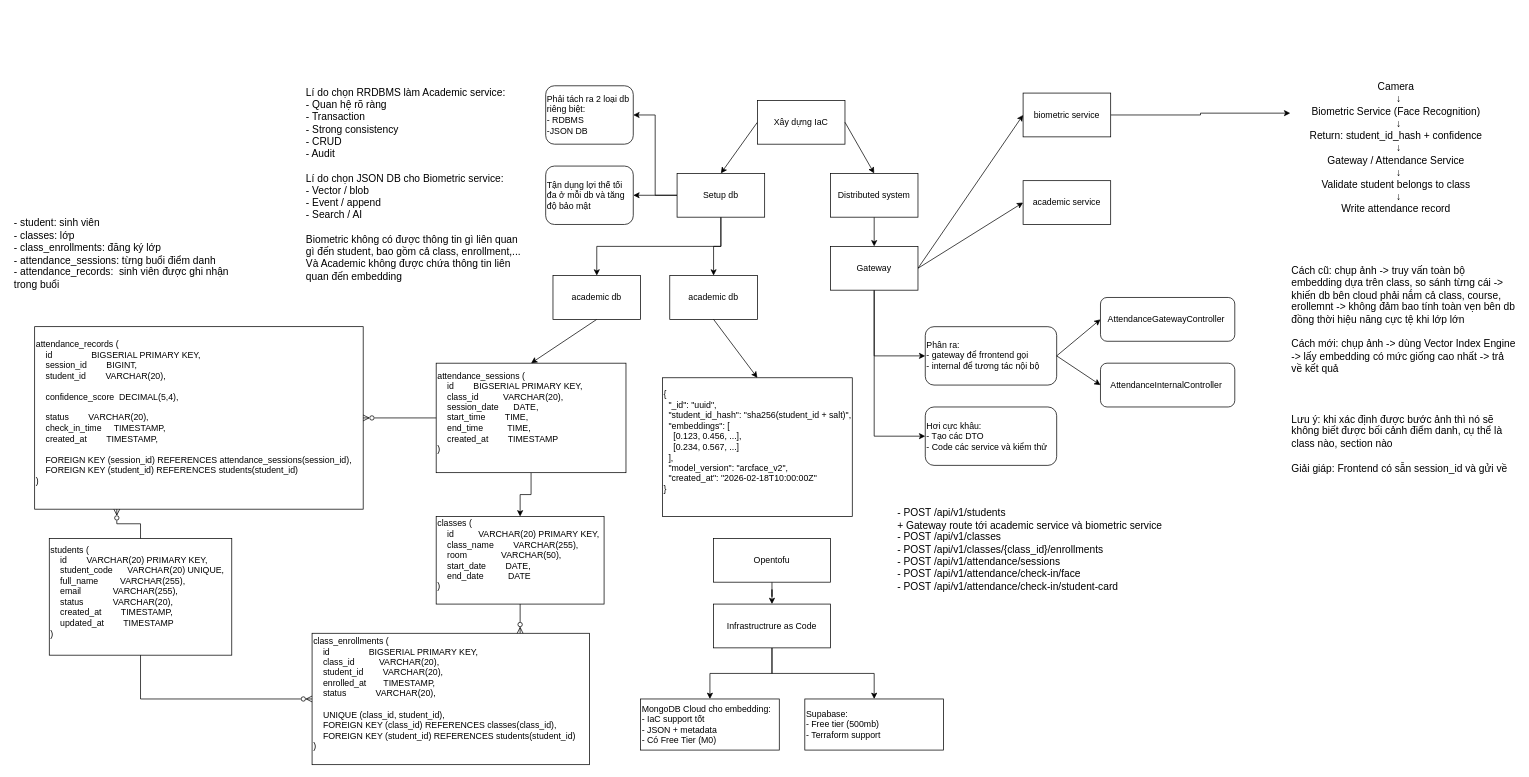
This is systemDeisgn.drawio from khoanguyen191006/diemdanhsv-Final, a draw.io file, before an edit. Source tidied: cells renumbered, new cells numbered last; positions are measured from the earlier drawing's top-left corner, leaving out a move shared by most shapes. Both pictures are drawn from the tidied source at 73%, with x=0, y=0 at pixel (12, 78).
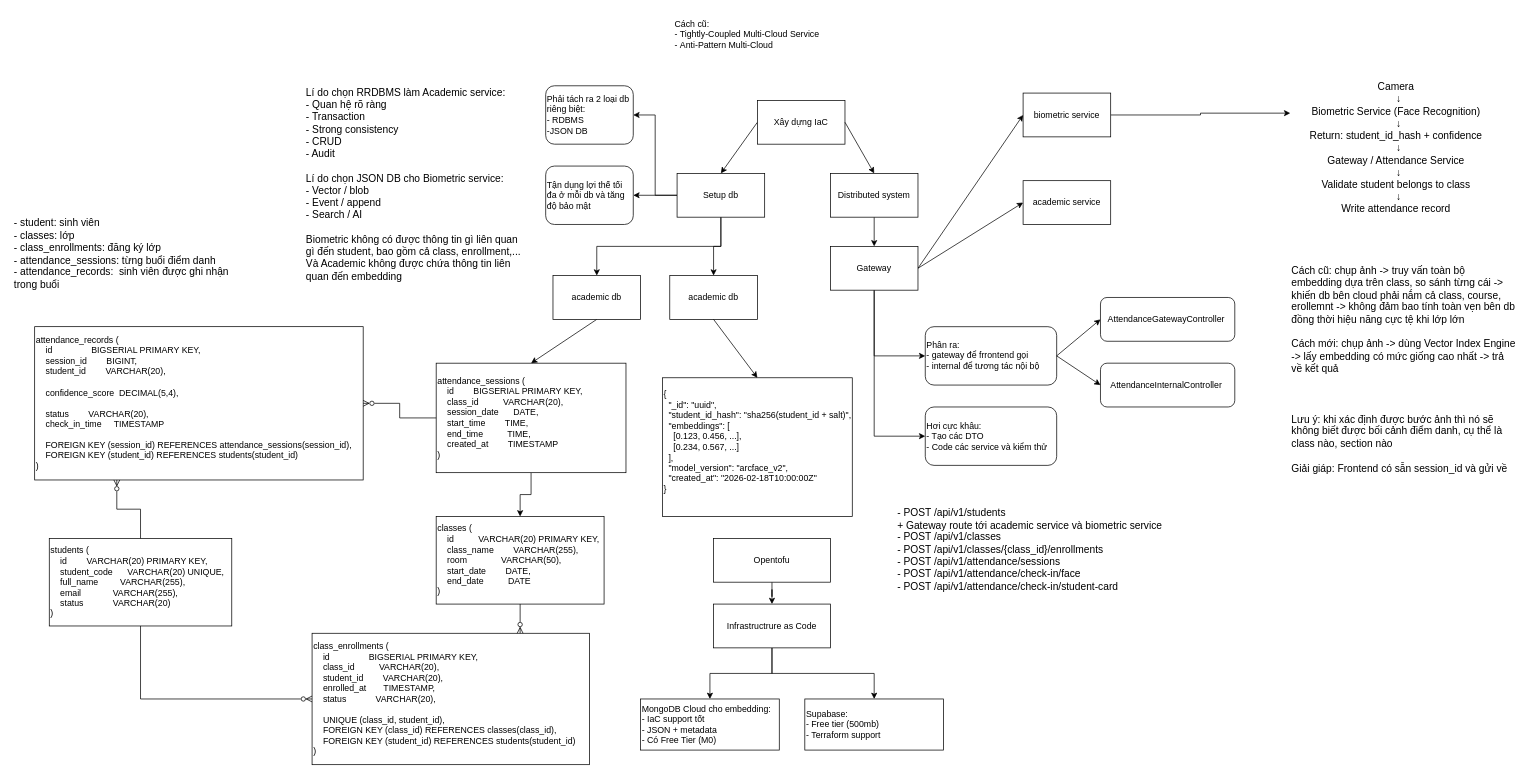
The same diagram, later.

Diff of the diagram source:
```diff
@@
-    <mxCell id="22" value="&lt;div&gt;students (&lt;/div&gt;&lt;div&gt;&amp;nbsp; &amp;nbsp; id&amp;nbsp; &amp;nbsp; &amp;nbsp; &amp;nbsp; VARCHAR(20) PRIMARY KEY,&lt;/div&gt;&lt;div&gt;&amp;nbsp; &amp;nbsp; student_code&amp;nbsp; &amp;nbsp; &amp;nbsp; VARCHAR(20) UNIQUE,&lt;/div&gt;&lt;div&gt;&amp;nbsp; &amp;nbsp; full_name&amp;nbsp; &amp;nbsp; &amp;nbsp; &amp;nbsp; &amp;nbsp;VARCHAR(255),&lt;/div&gt;&lt;div&gt;&amp;nbsp; &amp;nbsp; email&amp;nbsp; &amp;nbsp; &amp;nbsp; &amp;nbsp; &amp;nbsp; &amp;nbsp; &amp;nbsp;VARCHAR(255),&lt;/div&gt;&lt;div&gt;&amp;nbsp; &amp;nbsp; status&amp;nbsp; &amp;nbsp; &amp;nbsp; &amp;nbsp; &amp;nbsp; &amp;nbsp; VARCHAR(20),&lt;/div&gt;&lt;div&gt;&amp;nbsp; &amp;nbsp; created_at&amp;nbsp; &amp;nbsp; &amp;nbsp; &amp;nbsp; TIMESTAMP,&lt;/div&gt;&lt;div&gt;&amp;nbsp; &amp;nbsp; updated_at&amp;nbsp; &amp;nbsp; &amp;nbsp; &amp;nbsp; TIMESTAMP&lt;/div&gt;&lt;div&gt;)&lt;/div&gt;&lt;div&gt;&lt;br&gt;&lt;/div&gt;" style="rounded=0;whiteSpace=wrap;html=1;align=left;" parent="1" vertex="1">
-      <mxGeometry x="50" y="630" width="250" height="160" as="geometry" />
+    <mxCell id="22" value="&lt;div&gt;students (&lt;/div&gt;&lt;div&gt;&amp;nbsp; &amp;nbsp; id&amp;nbsp; &amp;nbsp; &amp;nbsp; &amp;nbsp; VARCHAR(20) PRIMARY KEY,&lt;/div&gt;&lt;div&gt;&amp;nbsp; &amp;nbsp; student_code&amp;nbsp; &amp;nbsp; &amp;nbsp; VARCHAR(20) UNIQUE,&lt;/div&gt;&lt;div&gt;&amp;nbsp; &amp;nbsp; full_name&amp;nbsp; &amp;nbsp; &amp;nbsp; &amp;nbsp; &amp;nbsp;VARCHAR(255),&lt;/div&gt;&lt;div&gt;&amp;nbsp; &amp;nbsp; email&amp;nbsp; &amp;nbsp; &amp;nbsp; &amp;nbsp; &amp;nbsp; &amp;nbsp; &amp;nbsp;VARCHAR(255),&lt;/div&gt;&lt;div&gt;&amp;nbsp; &amp;nbsp; status&amp;nbsp; &amp;nbsp; &amp;nbsp; &amp;nbsp; &amp;nbsp; &amp;nbsp; VARCHAR(20)&lt;/div&gt;&lt;div&gt;)&lt;/div&gt;" style="rounded=0;whiteSpace=wrap;html=1;align=left;" parent="1" vertex="1">
+      <mxGeometry x="50" y="630" width="250" height="120" as="geometry" />
     </mxCell>
-    <mxCell id="23" value="&lt;div&gt;&lt;div&gt;classes (&lt;/div&gt;&lt;div&gt;&amp;nbsp; &amp;nbsp; id&amp;nbsp; &amp;nbsp; &amp;nbsp; &amp;nbsp; &amp;nbsp; VARCHAR(20) PRIMARY KEY,&lt;/div&gt;&lt;div&gt;&amp;nbsp; &amp;nbsp; class_name&amp;nbsp; &amp;nbsp; &amp;nbsp; &amp;nbsp; VARCHAR(255),&lt;/div&gt;&lt;div&gt;&amp;nbsp; &amp;nbsp; room&amp;nbsp; &amp;nbsp; &amp;nbsp; &amp;nbsp; &amp;nbsp; &amp;nbsp; &amp;nbsp; VARCHAR(50),&lt;/div&gt;&lt;div&gt;&amp;nbsp; &amp;nbsp; start_date&amp;nbsp; &amp;nbsp; &amp;nbsp; &amp;nbsp; DATE,&lt;/div&gt;&lt;div&gt;&amp;nbsp; &amp;nbsp; end_date&amp;nbsp; &amp;nbsp; &amp;nbsp; &amp;nbsp; &amp;nbsp; DATE&lt;/div&gt;&lt;div&gt;)&lt;/div&gt;&lt;/div&gt;&lt;div&gt;&lt;br&gt;&lt;/div&gt;" style="rounded=0;whiteSpace=wrap;html=1;align=left;" parent="1" vertex="1">
+    <mxCell id="23" value="&lt;div&gt;&lt;div&gt;classes (&lt;/div&gt;&lt;div&gt;&amp;nbsp; &amp;nbsp; id&amp;nbsp; &amp;nbsp; &amp;nbsp; &amp;nbsp; &amp;nbsp; VARCHAR(20) PRIMARY KEY,&lt;/div&gt;&lt;div&gt;&amp;nbsp; &amp;nbsp; class_name&amp;nbsp; &amp;nbsp; &amp;nbsp; &amp;nbsp; VARCHAR(255),&lt;/div&gt;&lt;div&gt;&amp;nbsp; &amp;nbsp; room&amp;nbsp; &amp;nbsp; &amp;nbsp; &amp;nbsp; &amp;nbsp; &amp;nbsp; &amp;nbsp; VARCHAR(50),&lt;/div&gt;&lt;div&gt;&amp;nbsp; &amp;nbsp; start_date&amp;nbsp; &amp;nbsp; &amp;nbsp; &amp;nbsp; DATE,&lt;/div&gt;&lt;div&gt;&amp;nbsp; &amp;nbsp; end_date&amp;nbsp; &amp;nbsp; &amp;nbsp; &amp;nbsp; &amp;nbsp; DATE&lt;/div&gt;&lt;div&gt;)&lt;/div&gt;&lt;/div&gt;" style="rounded=0;whiteSpace=wrap;html=1;align=left;" parent="1" vertex="1">
       <mxGeometry x="580" y="600" width="230" height="120" as="geometry" />
     </mxCell>
-    <mxCell id="24" value="&lt;div&gt;&lt;div&gt;class_enrollments (&lt;/div&gt;&lt;div&gt;&amp;nbsp; &amp;nbsp; id&amp;nbsp; &amp;nbsp; &amp;nbsp; &amp;nbsp; &amp;nbsp; &amp;nbsp; &amp;nbsp; &amp;nbsp; BIGSERIAL PRIMARY KEY,&lt;/div&gt;&lt;div&gt;&amp;nbsp; &amp;nbsp; class_id&amp;nbsp; &amp;nbsp; &amp;nbsp; &amp;nbsp; &amp;nbsp; VARCHAR(20),&lt;/div&gt;&lt;div&gt;&amp;nbsp; &amp;nbsp; student_id&amp;nbsp; &amp;nbsp; &amp;nbsp; &amp;nbsp; VARCHAR(20),&lt;/div&gt;&lt;div&gt;&amp;nbsp; &amp;nbsp; enrolled_at&amp;nbsp; &amp;nbsp; &amp;nbsp; &amp;nbsp;TIMESTAMP,&lt;/div&gt;&lt;div&gt;&amp;nbsp; &amp;nbsp; status&amp;nbsp; &amp;nbsp; &amp;nbsp; &amp;nbsp; &amp;nbsp; &amp;nbsp; VARCHAR(20),&lt;/div&gt;&lt;div&gt;&lt;br&gt;&lt;/div&gt;&lt;div&gt;&amp;nbsp; &amp;nbsp; UNIQUE (class_id, student_id),&lt;/div&gt;&lt;div&gt;&amp;nbsp; &amp;nbsp; FOREIGN KEY (class_id) REFERENCES classes(class_id),&lt;/div&gt;&lt;div&gt;&amp;nbsp; &amp;nbsp; FOREIGN KEY (student_id) REFERENCES students(student_id)&lt;/div&gt;&lt;div&gt;)&lt;/div&gt;&lt;/div&gt;&lt;div&gt;&lt;br&gt;&lt;/div&gt;" style="rounded=0;whiteSpace=wrap;html=1;align=left;" parent="1" vertex="1">
+    <mxCell id="24" value="&lt;div&gt;&lt;div&gt;class_enrollments (&lt;/div&gt;&lt;div&gt;&amp;nbsp; &amp;nbsp; id&amp;nbsp; &amp;nbsp; &amp;nbsp; &amp;nbsp; &amp;nbsp; &amp;nbsp; &amp;nbsp; &amp;nbsp; BIGSERIAL PRIMARY KEY,&lt;/div&gt;&lt;div&gt;&amp;nbsp; &amp;nbsp; class_id&amp;nbsp; &amp;nbsp; &amp;nbsp; &amp;nbsp; &amp;nbsp; VARCHAR(20),&lt;/div&gt;&lt;div&gt;&amp;nbsp; &amp;nbsp; student_id&amp;nbsp; &amp;nbsp; &amp;nbsp; &amp;nbsp; VARCHAR(20),&lt;/div&gt;&lt;div&gt;&amp;nbsp; &amp;nbsp; enrolled_at&amp;nbsp; &amp;nbsp; &amp;nbsp; &amp;nbsp;TIMESTAMP,&lt;/div&gt;&lt;div&gt;&amp;nbsp; &amp;nbsp; status&amp;nbsp; &amp;nbsp; &amp;nbsp; &amp;nbsp; &amp;nbsp; &amp;nbsp; VARCHAR(20),&lt;/div&gt;&lt;div&gt;&lt;br&gt;&lt;/div&gt;&lt;div&gt;&amp;nbsp; &amp;nbsp; UNIQUE (class_id, student_id),&lt;/div&gt;&lt;div&gt;&amp;nbsp; &amp;nbsp; FOREIGN KEY (class_id) REFERENCES classes(class_id),&lt;/div&gt;&lt;div&gt;&amp;nbsp; &amp;nbsp; FOREIGN KEY (student_id) REFERENCES students(student_id)&lt;/div&gt;&lt;div&gt;)&lt;/div&gt;&lt;/div&gt;" style="rounded=0;whiteSpace=wrap;html=1;align=left;" parent="1" vertex="1">
       <mxGeometry x="410" y="760" width="380" height="180" as="geometry" />
     </mxCell>
@@
-    <mxCell id="27" value="&lt;div&gt;&lt;div&gt;attendance_records (&lt;/div&gt;&lt;div&gt;&amp;nbsp; &amp;nbsp; id&amp;nbsp; &amp;nbsp; &amp;nbsp; &amp;nbsp; &amp;nbsp; &amp;nbsp; &amp;nbsp; &amp;nbsp; BIGSERIAL PRIMARY KEY,&lt;/div&gt;&lt;div&gt;&amp;nbsp; &amp;nbsp; session_id&amp;nbsp; &amp;nbsp; &amp;nbsp; &amp;nbsp; BIGINT,&lt;/div&gt;&lt;div&gt;&amp;nbsp; &amp;nbsp; student_id&amp;nbsp; &amp;nbsp; &amp;nbsp; &amp;nbsp; VARCHAR(20),&lt;/div&gt;&lt;div&gt;&lt;br&gt;&lt;/div&gt;&lt;div&gt;&amp;nbsp; &amp;nbsp; confidence_score&amp;nbsp; DECIMAL(5,4),&lt;/div&gt;&lt;div&gt;&lt;br&gt;&lt;/div&gt;&lt;div&gt;&amp;nbsp; &amp;nbsp; status&lt;span style=&quot;background-color: transparent; color: light-dark(rgb(0, 0, 0), rgb(255, 255, 255));&quot;&gt;&amp;nbsp; &amp;nbsp; &amp;nbsp; &amp;nbsp; VARCHAR(20),&lt;/span&gt;&lt;/div&gt;&lt;div&gt;&amp;nbsp; &amp;nbsp; check_in_time&amp;nbsp; &amp;nbsp; &amp;nbsp;TIMESTAMP,&lt;/div&gt;&lt;div&gt;&amp;nbsp; &amp;nbsp; created_at&amp;nbsp; &amp;nbsp; &amp;nbsp; &amp;nbsp; TIMESTAMP,&lt;/div&gt;&lt;div&gt;&lt;br&gt;&lt;/div&gt;&lt;div&gt;&amp;nbsp; &amp;nbsp; FOREIGN KEY (session_id) REFERENCES attendance_sessions(session_id),&lt;/div&gt;&lt;div&gt;&amp;nbsp; &amp;nbsp; FOREIGN KEY (student_id) REFERENCES students(student_id)&lt;/div&gt;&lt;div&gt;)&lt;/div&gt;&lt;/div&gt;&lt;div&gt;&lt;br&gt;&lt;/div&gt;" style="rounded=0;whiteSpace=wrap;html=1;align=left;" parent="1" vertex="1">
-      <mxGeometry x="30" y="340" width="450" height="250" as="geometry" />
+    <mxCell id="27" value="&lt;div&gt;&lt;div&gt;attendance_records (&lt;/div&gt;&lt;div&gt;&amp;nbsp; &amp;nbsp; id&amp;nbsp; &amp;nbsp; &amp;nbsp; &amp;nbsp; &amp;nbsp; &amp;nbsp; &amp;nbsp; &amp;nbsp; BIGSERIAL PRIMARY KEY,&lt;/div&gt;&lt;div&gt;&amp;nbsp; &amp;nbsp; session_id&amp;nbsp; &amp;nbsp; &amp;nbsp; &amp;nbsp; BIGINT,&lt;/div&gt;&lt;div&gt;&amp;nbsp; &amp;nbsp; student_id&amp;nbsp; &amp;nbsp; &amp;nbsp; &amp;nbsp; VARCHAR(20),&lt;/div&gt;&lt;div&gt;&lt;br&gt;&lt;/div&gt;&lt;div&gt;&amp;nbsp; &amp;nbsp; confidence_score&amp;nbsp; DECIMAL(5,4),&lt;/div&gt;&lt;div&gt;&lt;br&gt;&lt;/div&gt;&lt;div&gt;&amp;nbsp; &amp;nbsp; status&lt;span style=&quot;background-color: transparent; color: light-dark(rgb(0, 0, 0), rgb(255, 255, 255));&quot;&gt;&amp;nbsp; &amp;nbsp; &amp;nbsp; &amp;nbsp; VARCHAR(20),&lt;/span&gt;&lt;/div&gt;&lt;div&gt;&amp;nbsp; &amp;nbsp; check_in_time&amp;nbsp; &amp;nbsp; &amp;nbsp;TIMESTAMP&lt;/div&gt;&lt;div&gt;&lt;br&gt;&lt;/div&gt;&lt;div&gt;&amp;nbsp; &amp;nbsp; FOREIGN KEY (session_id) REFERENCES attendance_sessions(session_id),&lt;/div&gt;&lt;div&gt;&amp;nbsp; &amp;nbsp; FOREIGN KEY (student_id) REFERENCES students(student_id)&lt;/div&gt;&lt;div&gt;)&lt;/div&gt;&lt;/div&gt;" style="rounded=0;whiteSpace=wrap;html=1;align=left;" parent="1" vertex="1">
+      <mxGeometry x="30" y="340" width="450" height="210" as="geometry" />
     </mxCell>
@@
-    <mxCell id="29" value="&lt;div&gt;&lt;div&gt;&lt;div&gt;attendance_sessions (&lt;/div&gt;&lt;div&gt;&amp;nbsp; &amp;nbsp; id&amp;nbsp; &amp;nbsp; &amp;nbsp; &amp;nbsp; BIGSERIAL PRIMARY KEY,&lt;/div&gt;&lt;div&gt;&amp;nbsp; &amp;nbsp; class_id&amp;nbsp; &amp;nbsp; &amp;nbsp; &amp;nbsp; &amp;nbsp; VARCHAR(20),&lt;/div&gt;&lt;div&gt;&amp;nbsp; &amp;nbsp; session_date&amp;nbsp; &amp;nbsp; &amp;nbsp; DATE,&lt;/div&gt;&lt;div&gt;&amp;nbsp; &amp;nbsp; start_time&amp;nbsp; &amp;nbsp; &amp;nbsp; &amp;nbsp; TIME,&lt;/div&gt;&lt;div&gt;&amp;nbsp; &amp;nbsp; end_time&amp;nbsp; &amp;nbsp; &amp;nbsp; &amp;nbsp; &amp;nbsp; TIME,&lt;/div&gt;&lt;div&gt;&amp;nbsp; &amp;nbsp; created_at&amp;nbsp; &amp;nbsp; &amp;nbsp; &amp;nbsp; TIMESTAMP&lt;/div&gt;&lt;div&gt;)&lt;/div&gt;&lt;/div&gt;&lt;/div&gt;&lt;div&gt;&lt;br&gt;&lt;/div&gt;" style="rounded=0;whiteSpace=wrap;html=1;align=left;" parent="1" vertex="1">
+    <mxCell id="29" value="&lt;div&gt;&lt;div&gt;&lt;div&gt;attendance_sessions (&lt;/div&gt;&lt;div&gt;&amp;nbsp; &amp;nbsp; id&amp;nbsp; &amp;nbsp; &amp;nbsp; &amp;nbsp; BIGSERIAL PRIMARY KEY,&lt;/div&gt;&lt;div&gt;&amp;nbsp; &amp;nbsp; class_id&amp;nbsp; &amp;nbsp; &amp;nbsp; &amp;nbsp; &amp;nbsp; VARCHAR(20),&lt;/div&gt;&lt;div&gt;&amp;nbsp; &amp;nbsp; session_date&amp;nbsp; &amp;nbsp; &amp;nbsp; DATE,&lt;/div&gt;&lt;div&gt;&amp;nbsp; &amp;nbsp; start_time&amp;nbsp; &amp;nbsp; &amp;nbsp; &amp;nbsp; TIME,&lt;/div&gt;&lt;div&gt;&amp;nbsp; &amp;nbsp; end_time&amp;nbsp; &amp;nbsp; &amp;nbsp; &amp;nbsp; &amp;nbsp; TIME,&lt;/div&gt;&lt;div&gt;&amp;nbsp; &amp;nbsp; created_at&amp;nbsp; &amp;nbsp; &amp;nbsp; &amp;nbsp; TIMESTAMP&lt;/div&gt;&lt;div&gt;)&lt;/div&gt;&lt;/div&gt;&lt;/div&gt;" style="rounded=0;whiteSpace=wrap;html=1;align=left;" parent="1" vertex="1">
       <mxGeometry x="580" y="390" width="260" height="150" as="geometry" />
     </mxCell>
@@
+    <mxCell id="56" value="Cách cũ:&lt;br&gt;- Tightly-Coupled Multi-Cloud Service&lt;div&gt;-&amp;nbsp;Anti-Pattern Multi-Cloud&lt;/div&gt;" style="text;html=1;whiteSpace=wrap;strokeColor=none;fillColor=none;align=left;verticalAlign=middle;rounded=0;" parent="1" vertex="1">
+      <mxGeometry x="905" y="-90" width="270" height="60" as="geometry" />
+    </mxCell>
```
